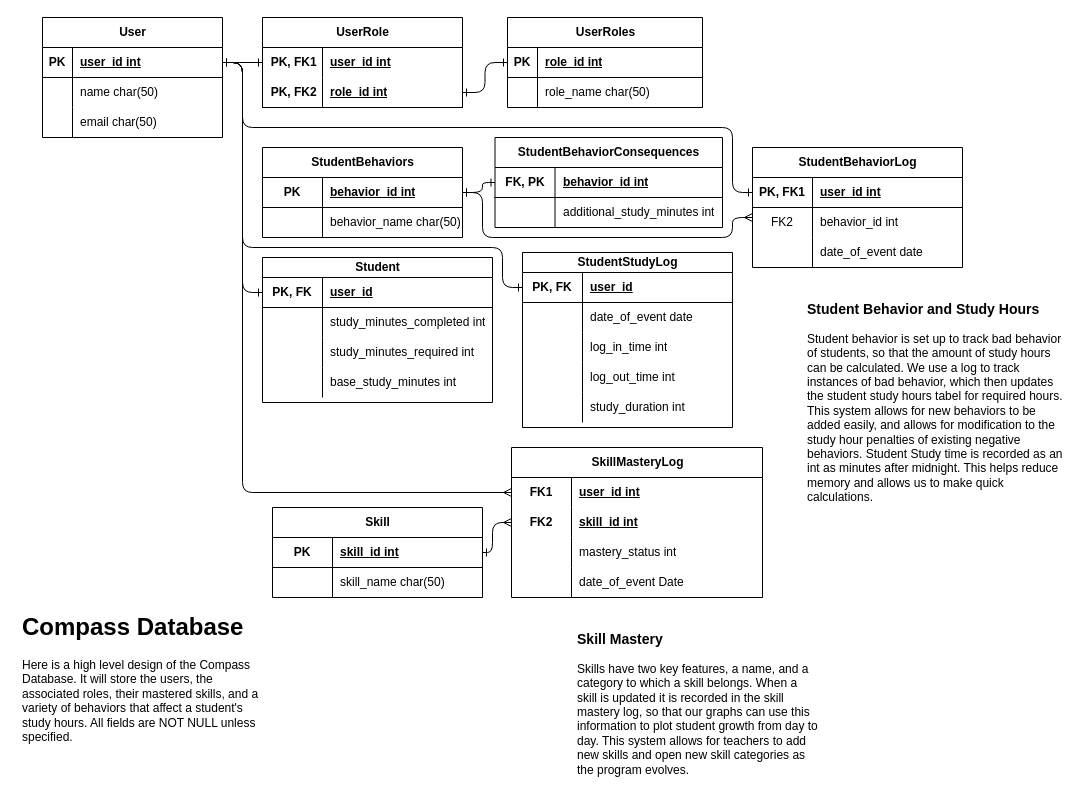
Earlier version of the draw.io diagram docs/src/DatabaseSchema.drawio (tone-man/CompassApp). Source tidied: cells renumbered, new cells numbered last; positions are measured from the earlier drawing's top-left corner, leaving out a move shared by most shapes. Both pictures are drawn from the tidied source at 100%, with x=0, y=0 at pixel (17, 17).
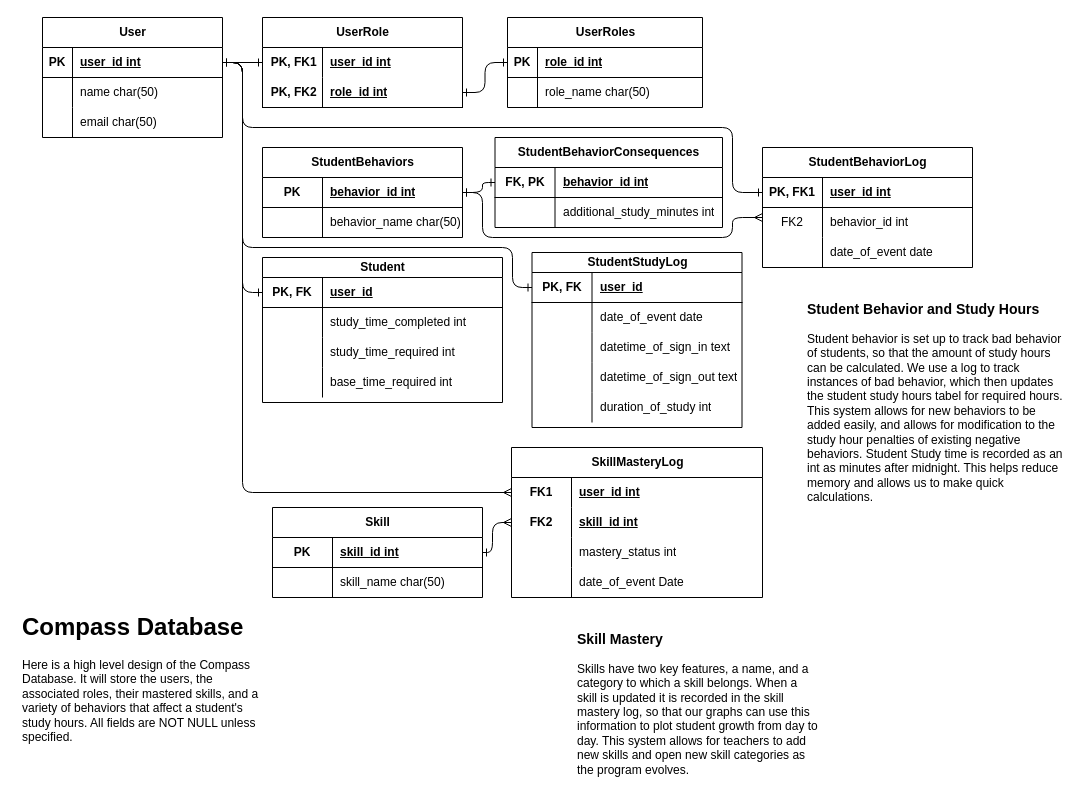
The same diagram, later.

Commit message (it also covers changes not shown here):
Updated Study hours Table

Study hours had two flaws in design and use that have been resolved.

The change refers to these unchanged cells:
```xml
<mxCell id="3" style="shape=tableRow;horizontal=0;startSize=0;swimlaneHead=0;swimlaneBody=0;fillColor=none;points=[[0,0.5],[1,0.5]];portConstraint=eastwest;top=0;left=0;right=0;bottom=1;" parent="2" vertex="1">
  <mxGeometry y="30" width="180" height="30" as="geometry" />
</mxCell>
<mxCell id="29" style="shape=tableRow;horizontal=0;startSize=0;swimlaneHead=0;swimlaneBody=0;fillColor=none;points=[[0,0.5],[1,0.5]];portConstraint=eastwest;top=0;left=0;right=0;bottom=1;" parent="28" vertex="1">
  <mxGeometry y="20" width="210" height="30" as="geometry" />
</mxCell>
<mxCell id="35" style="shape=tableRow;horizontal=0;startSize=0;swimlaneHead=0;swimlaneBody=0;fillColor=none;top=0;left=0;right=0;bottom=0;" parent="28" vertex="1">
  <mxGeometry y="80" width="210" height="30" as="geometry" />
</mxCell>
<mxCell id="38" style="shape=tableRow;horizontal=0;startSize=0;swimlaneHead=0;swimlaneBody=0;fillColor=none;top=0;left=0;right=0;bottom=0;" parent="28" vertex="1">
  <mxGeometry y="110" width="210" height="30" as="geometry" />
</mxCell>
<mxCell id="41" style="shape=tableRow;horizontal=0;startSize=0;swimlaneHead=0;swimlaneBody=0;fillColor=none;top=0;left=0;right=0;bottom=0;" parent="28" vertex="1">
  <mxGeometry y="140" width="210" height="30" as="geometry" />
</mxCell>
<mxCell id="89" style="shape=tableRow;horizontal=0;startSize=0;swimlaneHead=0;swimlaneBody=0;fillColor=none;top=0;left=0;right=0;bottom=0;" parent="85" vertex="1">
  <mxGeometry y="60" width="227.5" height="30" as="geometry" />
</mxCell>
```

Diff of the diagram source:
```diff
@@
     <mxCell id="28" value="StudentStudyLog" style="shape=table;startSize=20;childLayout=tableLayout;rowLines=0;fontStyle=1;align=center;html=1;" parent="1" vertex="1">
-      <mxGeometry x="505" y="235" width="210" height="175" as="geometry" />
+      <mxGeometry x="514.5" y="235" width="210" height="175" as="geometry" />
     </mxCell>
@@
-    <mxCell id="37" value="log_in_time int" style="shape=partialRectangle;fillColor=none;top=0;left=0;bottom=0;right=0;align=left;spacingLeft=6;overflow=hidden;whiteSpace=wrap;html=1;" parent="35" vertex="1">
+    <mxCell id="37" value="datetime_of_sign_in text" style="shape=partialRectangle;fillColor=none;top=0;left=0;bottom=0;right=0;align=left;spacingLeft=6;overflow=hidden;whiteSpace=wrap;html=1;" parent="35" vertex="1">
       <mxGeometry x="60" width="150" height="30" as="geometry" />
     </mxCell>
@@
-    <mxCell id="40" value="log_out_time int" style="shape=partialRectangle;fillColor=none;top=0;left=0;bottom=0;right=0;align=left;spacingLeft=6;overflow=hidden;whiteSpace=wrap;html=1;" parent="38" vertex="1">
+    <mxCell id="40" value="datetime_of_sign_out text" style="shape=partialRectangle;fillColor=none;top=0;left=0;bottom=0;right=0;align=left;spacingLeft=6;overflow=hidden;whiteSpace=wrap;html=1;" parent="38" vertex="1">
       <mxGeometry x="60" width="150" height="30" as="geometry" />
     </mxCell>
@@
-    <mxCell id="43" value="study_duration int  " style="shape=partialRectangle;fillColor=none;top=0;left=0;bottom=0;right=0;align=left;spacingLeft=6;overflow=hidden;whiteSpace=wrap;html=1;" parent="41" vertex="1">
+    <mxCell id="43" value="duration_of_study int  " style="shape=partialRectangle;fillColor=none;top=0;left=0;bottom=0;right=0;align=left;spacingLeft=6;overflow=hidden;whiteSpace=wrap;html=1;" parent="41" vertex="1">
       <mxGeometry x="60" width="150" height="30" as="geometry" />
     </mxCell>
     <mxCell id="44" style="edgeStyle=orthogonalEdgeStyle;rounded=1;jettySize=auto;html=1;exitX=1;exitY=0.5;exitDx=0;exitDy=0;entryX=0;entryY=0.5;entryDx=0;entryDy=0;startArrow=ERone;startFill=0;endArrow=ERone;endFill=0;" parent="1" edge="1" source="3" target="29">
       <mxGeometry relative="1" as="geometry">
         <Array as="points">
           <mxPoint x="225" y="45" />
           <mxPoint x="225" y="230" />
-          <mxPoint x="485" y="230" />
-          <mxPoint x="485" y="270" />
+          <mxPoint x="495" y="230" />
+          <mxPoint x="495" y="270" />
         </Array>
       </mxGeometry>
     </mxCell>
@@
     <mxCell id="67" value="StudentBehaviorLog" style="shape=table;startSize=30;childLayout=tableLayout;rowLines=0;fontStyle=1;align=center;html=1;" parent="1" vertex="1">
-      <mxGeometry x="735" y="130" width="210" height="120" as="geometry" />
+      <mxGeometry x="745" y="130" width="210" height="120" as="geometry" />
     </mxCell>
@@
-    <mxCell id="91" value="additional_study_minutes int  " style="shape=partialRectangle;fillColor=none;top=0;left=0;bottom=0;right=0;align=left;spacingLeft=6;overflow=hidden;whiteSpace=wrap;html=1;" parent="89" vertex="1">
+    <mxCell id="91" value="additional_study_minutes int" style="shape=partialRectangle;fillColor=none;top=0;left=0;bottom=0;right=0;align=left;spacingLeft=6;overflow=hidden;whiteSpace=wrap;html=1;" parent="89" vertex="1">
       <mxGeometry x="60" width="167.5" height="30" as="geometry" />
     </mxCell>
@@
     <mxCell id="97" value="Student" style="shape=table;startSize=20;childLayout=tableLayout;rowLines=0;fontStyle=1;align=center;html=1;" parent="1" vertex="1">
-      <mxGeometry x="245" y="240" width="230" height="145" as="geometry" />
+      <mxGeometry x="245" y="240" width="240" height="145" as="geometry" />
     </mxCell>
     <mxCell id="98" style="shape=tableRow;horizontal=0;startSize=0;swimlaneHead=0;swimlaneBody=0;fillColor=none;points=[[0,0.5],[1,0.5]];portConstraint=eastwest;top=0;left=0;right=0;bottom=1;" parent="97" vertex="1">
-      <mxGeometry y="20" width="230" height="30" as="geometry" />
+      <mxGeometry y="20" width="240" height="30" as="geometry" />
     </mxCell>
@@
     <mxCell id="100" value="user_id" style="shape=partialRectangle;fillColor=none;top=0;left=0;bottom=0;right=0;align=left;spacingLeft=6;fontStyle=5;overflow=hidden;whiteSpace=wrap;html=1;" parent="98" vertex="1">
-      <mxGeometry x="60" width="170" height="30" as="geometry" />
+      <mxGeometry x="60" width="180" height="30" as="geometry" />
     </mxCell>
     <mxCell id="101" style="shape=tableRow;horizontal=0;startSize=0;swimlaneHead=0;swimlaneBody=0;fillColor=none;top=0;left=0;right=0;bottom=0;" parent="97" vertex="1">
-      <mxGeometry y="50" width="230" height="30" as="geometry" />
+      <mxGeometry y="50" width="240" height="30" as="geometry" />
     </mxCell>
@@
-    <mxCell id="103" value="study_minutes_completed int  " style="shape=partialRectangle;fillColor=none;top=0;left=0;bottom=0;right=0;align=left;spacingLeft=6;overflow=hidden;whiteSpace=wrap;html=1;" parent="101" vertex="1">
-      <mxGeometry x="60" width="170" height="30" as="geometry" />
+    <mxCell id="103" value="study_time_completed int" style="shape=partialRectangle;fillColor=none;top=0;left=0;bottom=0;right=0;align=left;spacingLeft=6;overflow=hidden;whiteSpace=wrap;html=1;" parent="101" vertex="1">
+      <mxGeometry x="60" width="180" height="30" as="geometry" />
     </mxCell>
     <mxCell id="104" style="shape=tableRow;horizontal=0;startSize=0;swimlaneHead=0;swimlaneBody=0;fillColor=none;top=0;left=0;right=0;bottom=0;" parent="97" vertex="1">
-      <mxGeometry y="80" width="230" height="30" as="geometry" />
+      <mxGeometry y="80" width="240" height="30" as="geometry" />
     </mxCell>
@@
-    <mxCell id="106" value="study_minutes_required int  " style="shape=partialRectangle;fillColor=none;top=0;left=0;bottom=0;right=0;align=left;spacingLeft=6;overflow=hidden;whiteSpace=wrap;html=1;" parent="104" vertex="1">
-      <mxGeometry x="60" width="170" height="30" as="geometry" />
+    <mxCell id="106" value="study_time_required int" style="shape=partialRectangle;fillColor=none;top=0;left=0;bottom=0;right=0;align=left;spacingLeft=6;overflow=hidden;whiteSpace=wrap;html=1;" parent="104" vertex="1">
+      <mxGeometry x="60" width="180" height="30" as="geometry" />
     </mxCell>
     <mxCell id="107" style="shape=tableRow;horizontal=0;startSize=0;swimlaneHead=0;swimlaneBody=0;fillColor=none;top=0;left=0;right=0;bottom=0;" parent="97" vertex="1">
-      <mxGeometry y="110" width="230" height="30" as="geometry" />
+      <mxGeometry y="110" width="240" height="30" as="geometry" />
     </mxCell>
@@
-    <mxCell id="109" value="base_study_minutes int  " style="shape=partialRectangle;fillColor=none;top=0;left=0;bottom=0;right=0;align=left;spacingLeft=6;overflow=hidden;whiteSpace=wrap;html=1;" parent="107" vertex="1">
-      <mxGeometry x="60" width="170" height="30" as="geometry" />
+    <mxCell id="109" value="base_time_required int" style="shape=partialRectangle;fillColor=none;top=0;left=0;bottom=0;right=0;align=left;spacingLeft=6;overflow=hidden;whiteSpace=wrap;html=1;" parent="107" vertex="1">
+      <mxGeometry x="60" width="180" height="30" as="geometry" />
     </mxCell>
```
